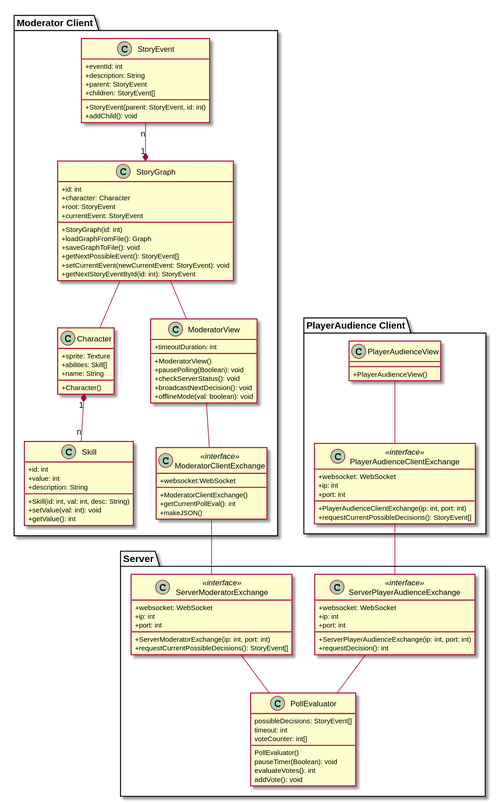
Earlier version of the PlantUML export diagrams/ClassDiagrams/ClassDiagram.svg (Brotenko/QualityQuest). Its diagram source:
```plantuml
@startuml

skinparam classAttributeIconSize 0

package "Moderator Client" {

  class StoryEvent {
    {field} +eventId: int
    {field} +description: String
    {field} +parent: StoryEvent
    {field} +children: StoryEvent[]
    {method} +StoryEvent(parent: StoryEvent, id: int)
    {method} +addChild(): void
  }

  class StoryGraph {
    {field} +id: int
    {field} +character: Character
    {field} +root: StoryEvent
    {field} +currentEvent: StoryEvent
    {method} +StoryGraph(id: int)
    {method} +loadGraphFromFile(): Graph
    {method} +saveGraphToFile(): void
    {method} +getNextPossibleEvent(): StoryEvent[]
    {method} +setCurrentEvent(newCurrentEvent: StoryEvent): void
    {method} +getNextStoryEventById(id: int): StoryEvent
  }

  class Skill {
    {field} +id: int
    {field} +value: int
    {field} +description: String
    {method} + Skill(id: int, val: int, desc: String)
    {method} + setValue(val: int): void
    {method} + getValue(): int
  }

  class Character {
    {field} +sprite: Texture
    {field} +abilities: Skill[]
    {field} +name: String
    {method} +Character()
  }

  class "ModeratorView" as mf {
    {field} +timeoutDuration: int
    {method} +ModeratorView()
    {method} +pausePolling(Boolean): void
    {method} +checkServerStatus(): void
    {method} +broadcastNextDecision(): void
    {method} +offlineMode(val: boolean): void
  }


  class "ModeratorClientExchange" as mcei <<interface>>{
    {field} +websocket:WebSocket
    {method} +ModeratorClientExchange()
    {method} +getCurrentPollEval(): int
    {method} +makeJSON()
  }
}

package "Server" {

  class "ServerModeratorExchange" as smei <<interface>>{
    {field} +websocket: WebSocket
    {field} +ip: int
    {field} +port: int
    {method} +ServerModeratorExchange(ip: int, port: int)
    {method} +requestCurrentPossibleDecisions(): StoryEvent[]
  }

  class "ServerPlayerAudienceExchange" as spaei <<interface>>{
    {field} +websocket: WebSocket
    {field} +ip: int
    {field} +port: int
    {method} +ServerPlayerAudienceExchange(ip: int, port: int)
    {method} +requestDecision(): int
  }

  class "PollEvaluator" as pe {

    {field} possibleDecisions: StoryEvent[]
    {field} timeout: int
    {field} voteCounter: int[]
    {method} PollEvaluator()
    {method} pauseTimer(Boolean): void
    {method} evaluateVotes(): int
    {method} addVote(): void
  }
}


package "PlayerAudience Client"{

  class "PlayerAudienceClientExchange" as pacei <<interface>>{
    {field} +websocket: WebSocket
    {field} +ip: int
    {field} +port: int
    {method} +PlayerAudienceClientExchange(ip: int, port: int)
    {method} +requestCurrentPossibleDecisions(): StoryEvent[]
  }

  class "PlayerAudienceView" as pav {
    {method} +PlayerAudienceView()
  }
}

StoryEvent "n" --* "1" StoryGraph
StoryGraph -- mf
StoryGraph -- Character
Character "1" *-- "n" Skill
mf -- mcei
smei -- pe
spaei -- pe
pacei -up- pav
mcei -- smei
pacei -- spaei
@enduml
```
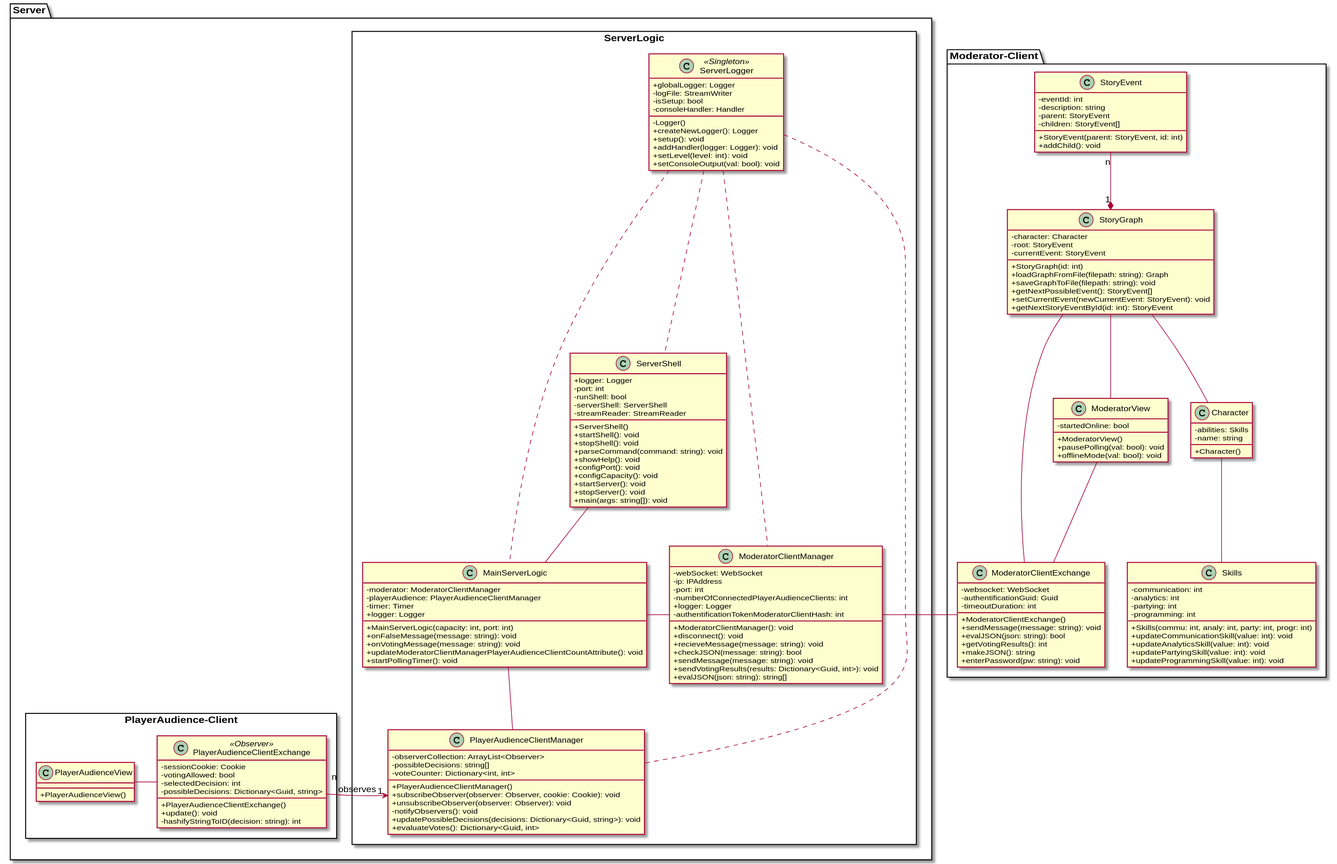
Later version of the same file.

Diff of the diagram source:
```diff
@@ -1,119 +1,175 @@
 @startuml
-
 skinparam classAttributeIconSize 0
 
-package "Moderator Client" {
+package "Moderator-Client" {
 
   class StoryEvent {
-    {field} +eventId: int
-    {field} +description: String
-    {field} +parent: StoryEvent
-    {field} +children: StoryEvent[]
+    {field} -eventId: int
+    {field} -description: string
+    {field} -parent: StoryEvent
+    {field} -children: StoryEvent[]
     {method} +StoryEvent(parent: StoryEvent, id: int)
     {method} +addChild(): void
   }
 
   class StoryGraph {
-    {field} +id: int
-    {field} +character: Character
-    {field} +root: StoryEvent
-    {field} +currentEvent: StoryEvent
+    {field} -character: Character
+    {field} -root: StoryEvent
+    {field} -currentEvent: StoryEvent
     {method} +StoryGraph(id: int)
-    {method} +loadGraphFromFile(): Graph
-    {method} +saveGraphToFile(): void
+    {method} +loadGraphFromFile(filepath: string): Graph
+    {method} +saveGraphToFile(filepath: string): void
     {method} +getNextPossibleEvent(): StoryEvent[]
     {method} +setCurrentEvent(newCurrentEvent: StoryEvent): void
     {method} +getNextStoryEventById(id: int): StoryEvent
   }
 
-  class Skill {
-    {field} +id: int
-    {field} +value: int
-    {field} +description: String
-    {method} + Skill(id: int, val: int, desc: String)
-    {method} + setValue(val: int): void
-    {method} + getValue(): int
+  class "ModeratorView" as mf {
+    {field} -startedOnline: bool
+    {method} +ModeratorView()
+    {method} +pausePolling(val: bool): void
+    {method} +offlineMode(val: bool): void
+  }
+
+  class "ModeratorClientExchange" as mcei{
+    {field} -websocket: WebSocket
+    {field} -authentificationGuid: Guid
+    {field} -timeoutDuration: int
+    {method} +ModeratorClientExchange()
+    {method} +sendMessage(message: string): void
+    {method} +evalJSON(json: string): bool
+    {method} +getVotingResults(): int
+    {method} +makeJSON(): string
+    {method} +enterPassword(pw: string): void
+  }
+
+  class Skills {
+    {field} -communication: int
+    {field} -analytics: int
+    {field} -partying: int
+    {field} -programming: int
+    {method} + Skills(commu: int, analy: int, party: int, progr: int)
+    {method} + updateCommunicationSkill(value: int): void
+    {method} + updateAnalyticsSkill(value: int): void
+    {method} + updatePartyingSkill(value: int): void
+    {method} + updateProgrammingSkill(value: int): void
   }
 
   class Character {
-    {field} +sprite: Texture
-    {field} +abilities: Skill[]
-    {field} +name: String
+    {field} -abilities: Skills
+    {field} -name: string
     {method} +Character()
   }
 
-  class "ModeratorView" as mf {
-    {field} +timeoutDuration: int
-    {method} +ModeratorView()
-    {method} +pausePolling(Boolean): void
-    {method} +checkServerStatus(): void
-    {method} +broadcastNextDecision(): void
-    {method} +offlineMode(val: boolean): void
-  }
-
-
-  class "ModeratorClientExchange" as mcei <<interface>>{
-    {field} +websocket:WebSocket
-    {method} +ModeratorClientExchange()
-    {method} +getCurrentPollEval(): int
-    {method} +makeJSON()
-  }
+  StoryEvent "n" --* "1" StoryGraph
+  StoryGraph -- mf
+  StoryGraph -- Character
+  Character -- Skills
+  mf -- mcei
+  StoryGraph --- mcei
 }
 
 package "Server" {
 
-  class "ServerModeratorExchange" as smei <<interface>>{
-    {field} +websocket: WebSocket
-    {field} +ip: int
-    {field} +port: int
-    {method} +ServerModeratorExchange(ip: int, port: int)
-    {method} +requestCurrentPossibleDecisions(): StoryEvent[]
+
+  package "ServerLogic" <<Rectangle>>{
+    class "ServerShell" as ss {
+      {field} +logger: Logger
+      {field} -port: int
+      {field} -runShell: bool
+      {field} -serverShell: ServerShell
+      {field} -streamReader: StreamReader
+      {method} +ServerShell()
+      {method} +startShell(): void
+      {method} +stopShell(): void
+      {method} +parseCommand(command: string): void
+      {method} +showHelp(): void
+      {method} +configPort(): void
+      {method} +configCapacity(): void
+      {method} +startServer(): void
+      {method} +stopServer(): void
+      {method} +main(args: string[]): void
+    }
+
+    class "ModeratorClientManager" as cm {
+      {field} -webSocket: WebSocket
+      {field} -ip: IPAddress
+      {field} -port: int
+      {field} -numberOfConnectedPlayerAudienceClients: int
+      {field} +logger: Logger
+      {field} -authentificationTokenModeratorClientHash: int
+      {method} +ModeratorClientManager(): void
+      {method} +disconnect(): void
+      {method} +recieveMessage(message: string): void
+      {method} +checkJSON(message: string): bool
+      {method} +sendMessage(message: string): void
+      {method} +sendVotingResults(results: Dictionary<Guid, int>): void
+      {method} +evalJSON(json: string): string[]
+
+    }
+
+    class "MainServerLogic" as msl {
+      {field} -moderator: ModeratorClientManager
+      {field} -playerAudience: PlayerAudienceClientManager
+      {field} -timer: Timer
+      {field} +logger: Logger
+      {method} +MainServerLogic(capacity: int, port: int)
+      {method} +onFalseMessage(message: string): void
+      {method} +onVotingMessage(message: string): void
+      {method} +updateModeratorClientManagerPlayerAudienceClientCountAttribute(): void
+      {method} +startPollingTimer(): void
+    }
+
+    class "PlayerAudienceClientManager" as api {
+        {field} -observerCollection: ArrayList<Observer>
+        {field} -possibleDecisions: string[]
+        {field} -voteCounter: Dictionary<int, int>
+        {method} +PlayerAudienceClientManager()
+        {method} +subscribeObserver(observer: Observer, cookie: Cookie): void
+        {method} +unsubscribeObserver(observer: Observer): void
+        {method} -notifyObservers(): void
+        {method} +updatePossibleDecisions(decisions: Dictionary<Guid, string>): void
+        {method} +evaluateVotes(): Dictionary<Guid, int>
   }
 
-  class "ServerPlayerAudienceExchange" as spaei <<interface>>{
-    {field} +websocket: WebSocket
-    {field} +ip: int
-    {field} +port: int
-    {method} +ServerPlayerAudienceExchange(ip: int, port: int)
-    {method} +requestDecision(): int
+    class "ServerLogger" as sl <<Singleton>> {
+      {field} +globalLogger: Logger
+      {field} -logFile: StreamWriter
+      {field} -isSetup: bool
+      {field} -consoleHandler: Handler
+      {method} -Logger()
+      {method} +createNewLogger(): Logger
+      {method} +setup(): void
+      {method} +addHandler(logger: Logger): void
+      {method} +setLevel(level: int): void
+      {method} +setConsoleOutput(val: bool): void
+    }
   }
+  package "PlayerAudience-Client" <<Rectangle>>{
+    class "PlayerAudienceClientExchange" as pace <<Observer>>{
+      {field} -sessionCookie: Cookie
+      {field} -votingAllowed: bool
+      {field} -selectedDecision: int
+      {field} -possibleDecisions: Dictionary<Guid, string>
+      {method} +PlayerAudienceClientExchange()
+      {method} +update(): void
+      {method} -hashifyStringToID(decision: string): int
+    }
 
-  class "PollEvaluator" as pe {
-
-    {field} possibleDecisions: StoryEvent[]
-    {field} timeout: int
-    {field} voteCounter: int[]
-    {method} PollEvaluator()
-    {method} pauseTimer(Boolean): void
-    {method} evaluateVotes(): int
-    {method} addVote(): void
+    class "PlayerAudienceView" as pav {
+      {method} +PlayerAudienceView()
+    }
   }
+  ss -- msl
+  msl - cm
+  msl -down- api
+  sl ... cm
+  sl ... msl
+  sl ... api
+  sl ... ss
+  pace -left- pav
+  api "1" <-right- "n" pace : observes
 }
 
-
-package "PlayerAudience Client"{
-
-  class "PlayerAudienceClientExchange" as pacei <<interface>>{
-    {field} +websocket: WebSocket
-    {field} +ip: int
-    {field} +port: int
-    {method} +PlayerAudienceClientExchange(ip: int, port: int)
-    {method} +requestCurrentPossibleDecisions(): StoryEvent[]
-  }
-
-  class "PlayerAudienceView" as pav {
-    {method} +PlayerAudienceView()
-  }
-}
-
-StoryEvent "n" --* "1" StoryGraph
-StoryGraph -- mf
-StoryGraph -- Character
-Character "1" *-- "n" Skill
-mf -- mcei
-smei -- pe
-spaei -- pe
-pacei -up- pav
-mcei -- smei
-pacei -- spaei
+mcei -right- cm
 @enduml
```
